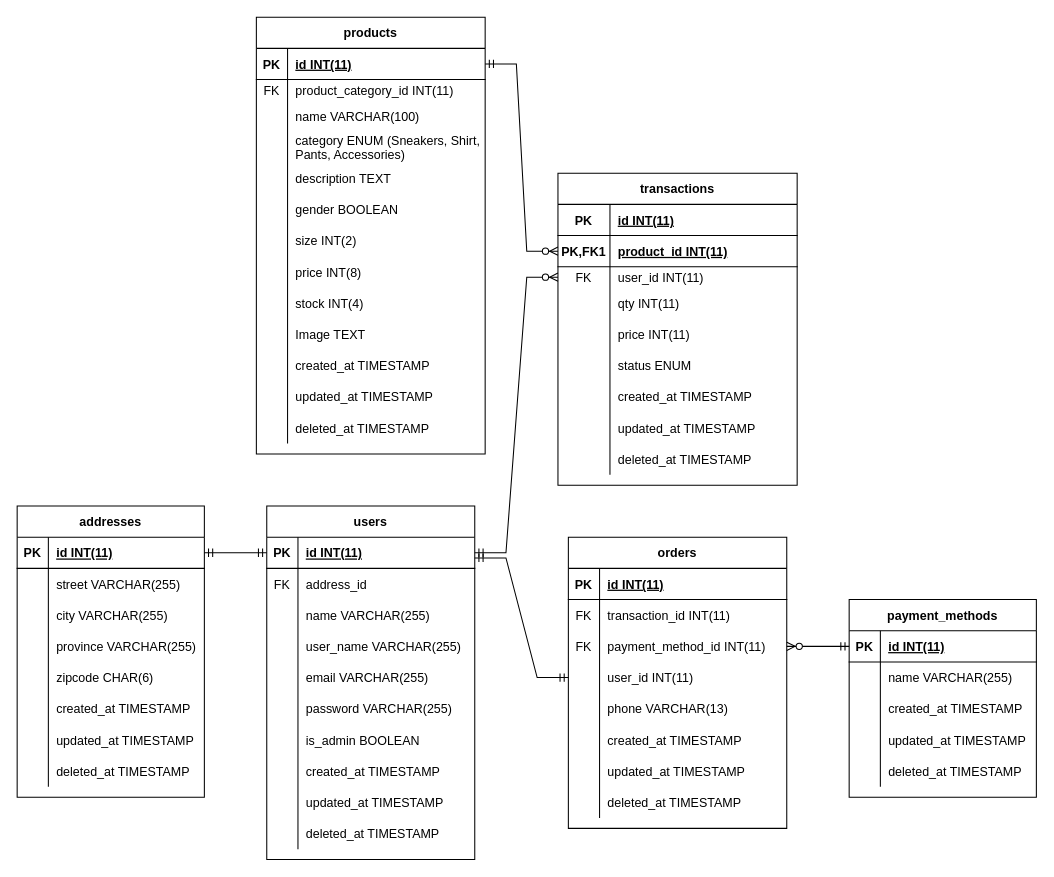
The draw.io diagram ERD/ERD Olshop.drawio in e-commerce-group-1/BE, before the edit. Source tidied: cells renumbered, new cells numbered last; positions are measured from the earlier drawing's top-left corner, leaving out a move shared by most shapes. Both pictures are drawn from the tidied source at 104%, with x=0, y=0 at pixel (17, 17).
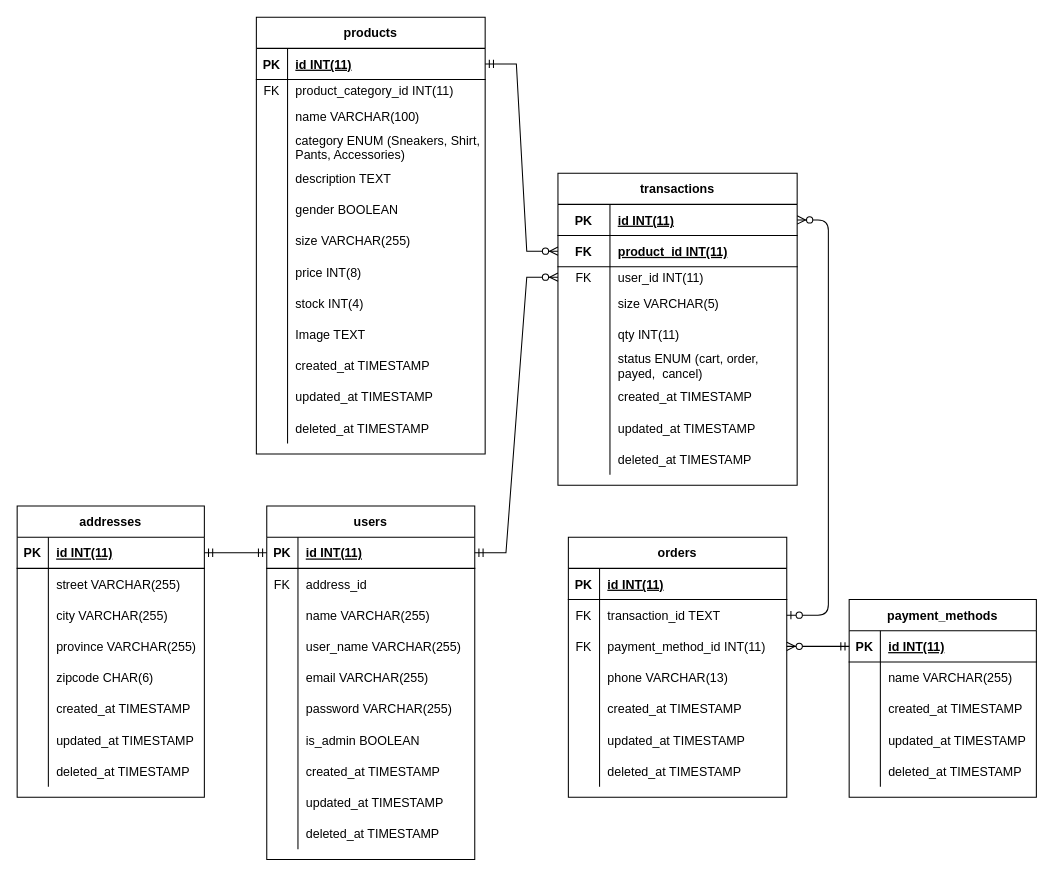
The same page after the edit.

Commit message:
change transaction table

The change refers to these unchanged cells:
```xml
<mxCell id="52" style="shape=tableRow;horizontal=0;startSize=0;swimlaneHead=0;swimlaneBody=0;fillColor=none;top=0;left=0;right=0;bottom=0;" parent="33" vertex="1">
  <mxGeometry y="200" width="220" height="30" as="geometry" />
</mxCell>
<mxCell id="89" value="transactions" style="shape=table;startSize=30;childLayout=tableLayout;rowLines=0;fontStyle=1;align=center;" parent="1" vertex="1">
  <mxGeometry x="520" y="150" width="230" height="300" as="geometry" />
</mxCell>
<mxCell id="90" style="shape=tableRow;horizontal=0;startSize=0;swimlaneHead=0;swimlaneBody=0;fillColor=none;points=[[0,0.5],[1,0.5]];portConstraint=eastwest;top=0;left=0;right=0;bottom=1;" parent="89" vertex="1">
  <mxGeometry y="30" width="230" height="30" as="geometry" />
</mxCell>
<mxCell id="93" style="shape=tableRow;horizontal=0;startSize=0;swimlaneHead=0;swimlaneBody=0;fillColor=none;points=[[0,0.5],[1,0.5]];portConstraint=eastwest;top=0;left=0;right=0;bottom=1;" parent="89" vertex="1">
  <mxGeometry y="60" width="230" height="30" as="geometry" />
</mxCell>
<mxCell id="105" style="shape=tableRow;horizontal=0;startSize=0;swimlaneHead=0;swimlaneBody=0;fillColor=none;top=0;left=0;right=0;bottom=0;" parent="89" vertex="1">
  <mxGeometry y="170" width="230" height="30" as="geometry" />
</mxCell>
<mxCell id="149" style="shape=tableRow;horizontal=0;startSize=0;swimlaneHead=0;swimlaneBody=0;fillColor=none;points=[[0,0.5],[1,0.5]];portConstraint=eastwest;top=0;left=0;right=0;bottom=0;" parent="145" vertex="1">
  <mxGeometry y="60" width="210" height="30" as="geometry" />
</mxCell>
```

The edit, as a diff of the source:
```diff
@@
-    <mxCell id="54" value="size INT(2)" style="shape=partialRectangle;fillColor=none;top=0;left=0;bottom=0;right=0;align=left;spacingLeft=6;overflow=hidden;" parent="52" vertex="1">
+    <mxCell id="54" value="size VARCHAR(255)" style="shape=partialRectangle;fillColor=none;top=0;left=0;bottom=0;right=0;align=left;spacingLeft=6;overflow=hidden;" parent="52" vertex="1">
       <mxGeometry x="30" width="190" height="30" as="geometry" />
     </mxCell>
@@
-    <mxCell id="94" value="PK,FK1" style="shape=partialRectangle;fillColor=none;top=0;left=0;bottom=0;right=0;fontStyle=1;overflow=hidden;" parent="93" vertex="1">
+    <mxCell id="94" value="FK" style="shape=partialRectangle;fillColor=none;top=0;left=0;bottom=0;right=0;fontStyle=1;overflow=hidden;" parent="93" vertex="1">
       <mxGeometry width="50" height="30" as="geometry" />
     </mxCell>
@@
+    <mxCell id="172" style="shape=tableRow;horizontal=0;startSize=0;swimlaneHead=0;swimlaneBody=0;fillColor=none;top=0;left=0;right=0;bottom=0;" parent="89" vertex="1">
+      <mxGeometry y="110" width="230" height="30" as="geometry" />
+    </mxCell>
+    <mxCell id="103" style="shape=partialRectangle;fillColor=none;top=0;left=0;bottom=0;right=0;overflow=hidden;" parent="172" vertex="1">
+      <mxGeometry width="50" height="30" as="geometry" />
+    </mxCell>
+    <mxCell id="173" value="size VARCHAR(5)" style="shape=partialRectangle;fillColor=none;top=0;left=0;bottom=0;right=0;align=left;spacingLeft=6;overflow=hidden;" parent="172" vertex="1">
+      <mxGeometry x="50" width="180" height="30" as="geometry" />
+    </mxCell>
     <mxCell id="99" style="shape=tableRow;horizontal=0;startSize=0;swimlaneHead=0;swimlaneBody=0;fillColor=none;top=0;left=0;right=0;bottom=0;" parent="89" vertex="1">
-      <mxGeometry y="110" width="230" height="30" as="geometry" />
+      <mxGeometry y="140" width="230" height="30" as="geometry" />
     </mxCell>
@@
-    <mxCell id="102" style="shape=tableRow;horizontal=0;startSize=0;swimlaneHead=0;swimlaneBody=0;fillColor=none;top=0;left=0;right=0;bottom=0;" parent="89" vertex="1">
-      <mxGeometry y="140" width="230" height="30" as="geometry" />
-    </mxCell>
-    <mxCell id="103" style="shape=partialRectangle;fillColor=none;top=0;left=0;bottom=0;right=0;overflow=hidden;" parent="102" vertex="1">
-      <mxGeometry width="50" height="30" as="geometry" />
-    </mxCell>
-    <mxCell id="104" value="price INT(11)" style="shape=partialRectangle;fillColor=none;top=0;left=0;bottom=0;right=0;align=left;spacingLeft=6;overflow=hidden;" parent="102" vertex="1">
-      <mxGeometry x="50" width="180" height="30" as="geometry" />
-    </mxCell>
@@
-    <mxCell id="107" value="status ENUM" style="shape=partialRectangle;fillColor=none;top=0;left=0;bottom=0;right=0;align=left;spacingLeft=6;overflow=hidden;" parent="105" vertex="1">
+    <mxCell id="107" value="status ENUM (cart, order,&#10;payed,  cancel)" style="shape=partialRectangle;fillColor=none;top=0;left=0;bottom=0;right=0;align=left;spacingLeft=6;overflow=hidden;" parent="105" vertex="1">
       <mxGeometry x="50" width="180" height="30" as="geometry" />
     </mxCell>
@@
     <mxCell id="145" value="orders" style="shape=table;startSize=30;childLayout=tableLayout;rowLines=0;fontStyle=1;align=center;" parent="1" vertex="1">
-      <mxGeometry x="530" y="500" width="210" height="280" as="geometry" />
+      <mxGeometry x="530" y="500" width="210" height="250" as="geometry" />
     </mxCell>
@@
-    <mxCell id="151" value="transaction_id INT(11)" style="shape=partialRectangle;fillColor=none;top=0;left=0;bottom=0;right=0;align=left;spacingLeft=6;overflow=hidden;" parent="149" vertex="1">
+    <mxCell id="151" value="transaction_id TEXT" style="shape=partialRectangle;fillColor=none;top=0;left=0;bottom=0;right=0;align=left;spacingLeft=6;overflow=hidden;" parent="149" vertex="1">
       <mxGeometry x="30" width="180" height="30" as="geometry" />
     </mxCell>
@@
-    <mxCell id="155" style="shape=tableRow;horizontal=0;startSize=0;swimlaneHead=0;swimlaneBody=0;fillColor=none;points=[[0,0.5],[1,0.5]];portConstraint=eastwest;top=0;left=0;right=0;bottom=0;" parent="145" vertex="1">
-      <mxGeometry y="120" width="210" height="30" as="geometry" />
-    </mxCell>
-    <mxCell id="156" style="shape=partialRectangle;fillColor=none;top=0;left=0;bottom=0;right=0;overflow=hidden;" parent="155" vertex="1">
-      <mxGeometry width="30" height="30" as="geometry" />
-    </mxCell>
-    <mxCell id="157" value="user_id INT(11)" style="shape=partialRectangle;fillColor=none;top=0;left=0;bottom=0;right=0;align=left;spacingLeft=6;overflow=hidden;" parent="155" vertex="1">
-      <mxGeometry x="30" width="180" height="30" as="geometry" />
-    </mxCell>
     <mxCell id="158" style="shape=tableRow;horizontal=0;startSize=0;swimlaneHead=0;swimlaneBody=0;fillColor=none;top=0;left=0;right=0;bottom=0;" parent="145" vertex="1">
-      <mxGeometry y="150" width="210" height="30" as="geometry" />
+      <mxGeometry y="120" width="210" height="30" as="geometry" />
     </mxCell>
@@
     <mxCell id="161" style="shape=tableRow;horizontal=0;startSize=0;swimlaneHead=0;swimlaneBody=0;fillColor=none;top=0;left=0;right=0;bottom=0;" parent="145" vertex="1">
-      <mxGeometry y="180" width="210" height="30" as="geometry" />
+      <mxGeometry y="150" width="210" height="30" as="geometry" />
     </mxCell>
@@
     <mxCell id="164" style="shape=tableRow;horizontal=0;startSize=0;swimlaneHead=0;swimlaneBody=0;fillColor=none;top=0;left=0;right=0;bottom=0;" parent="145" vertex="1">
-      <mxGeometry y="210" width="210" height="30" as="geometry" />
+      <mxGeometry y="180" width="210" height="30" as="geometry" />
     </mxCell>
@@
     <mxCell id="167" style="shape=tableRow;horizontal=0;startSize=0;swimlaneHead=0;swimlaneBody=0;fillColor=none;top=0;left=0;right=0;bottom=0;" parent="145" vertex="1">
-      <mxGeometry y="240" width="210" height="30" as="geometry" />
+      <mxGeometry y="210" width="210" height="30" as="geometry" />
     </mxCell>
@@
-    <mxCell id="171" style="edgeStyle=entityRelationEdgeStyle;fontSize=12;html=1;endArrow=ERmandOne;startArrow=ERmandOne;rounded=0;entryX=0;entryY=0.5;entryDx=0;entryDy=0;" parent="1" edge="1" target="155">
-      <mxGeometry relative="1" as="geometry">
-        <mxPoint x="440" y="520" as="sourcePoint" />
-      </mxGeometry>
-    </mxCell>
+    <mxCell id="174" style="edgeStyle=entityRelationEdgeStyle;fontSize=12;html=1;endArrow=ERzeroToMany;startArrow=ERzeroToOne;" parent="1" edge="1" source="149" target="90">
+      <mxGeometry relative="1" as="geometry" />
+    </mxCell>
```
